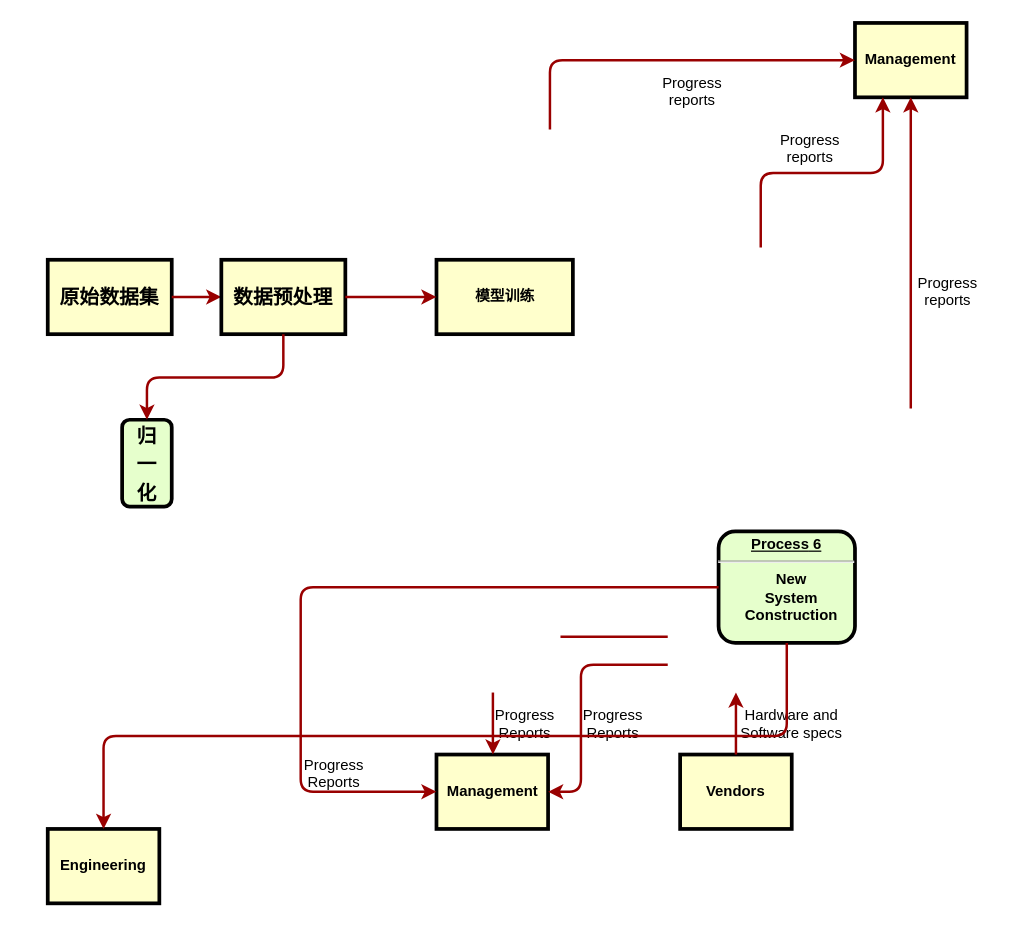
Above: 未命名绘图.drawio in DavidDong004/GDN (draw.io), before the change. Source tidied: cells renumbered, new cells numbered last; positions are measured from the earlier drawing's top-left corner, leaving out a move shared by most shapes. Both pictures are drawn from the tidied source at 124%, with x=0, y=0 at pixel (47, 22).
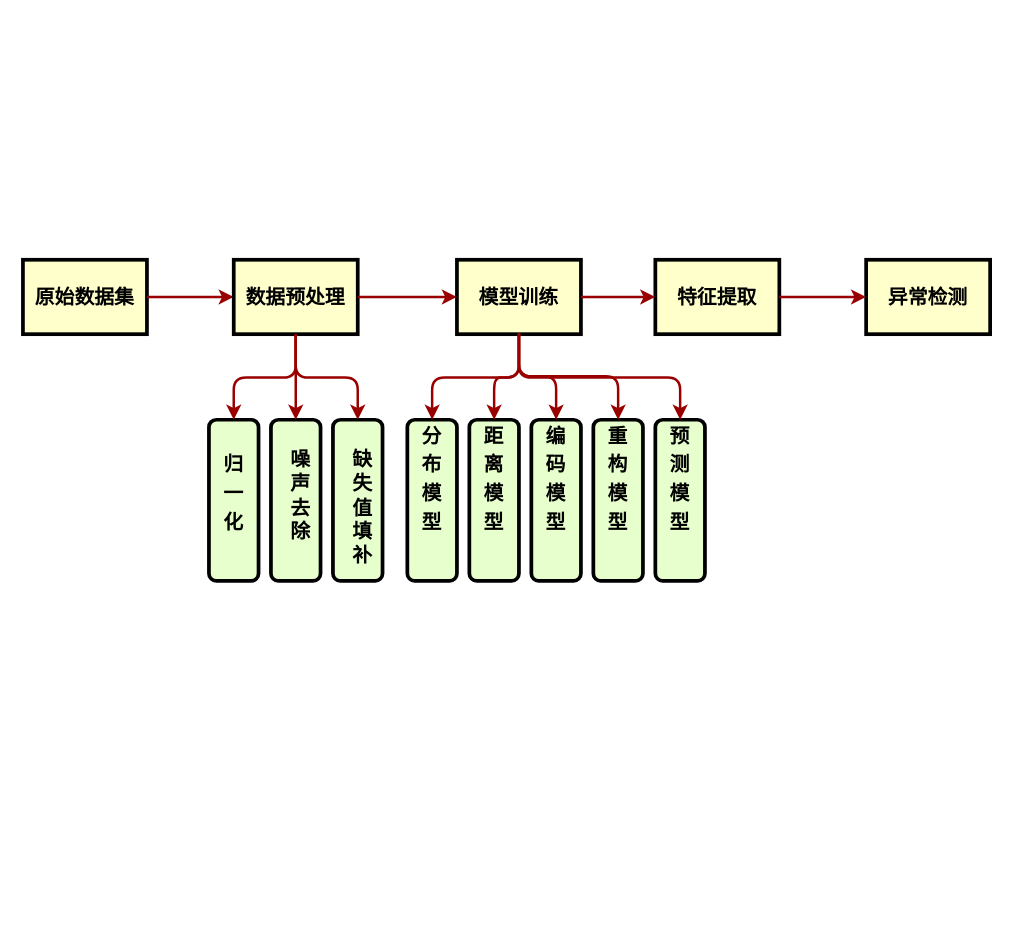
Above is the later version.

Commit message (it also covers changes not shown here):
更新未命名绘图.drawio

Change to the diagram source:
```diff
@@
     <mxCell id="2" value="原始数据集" style="whiteSpace=wrap;align=center;verticalAlign=middle;fontStyle=1;strokeWidth=3;fillColor=#FFFFCC;fontSize=16;" parent="1" vertex="1">
-      <mxGeometry y="191" width="100" height="60" as="geometry" />
+      <mxGeometry x="-20" y="191" width="100" height="60" as="geometry" />
     </mxCell>
-    <mxCell id="3" value="&lt;p style=&quot;margin: 0px; margin-top: 4px; text-align: center; text-decoration: underline;&quot;&gt;&lt;strong&gt;&lt;strong&gt;Process&lt;/strong&gt; 6&lt;br /&gt;&lt;/strong&gt;&lt;/p&gt;&lt;hr /&gt;&lt;p style=&quot;margin: 0px; margin-left: 8px;&quot;&gt;New&lt;/p&gt;&lt;p style=&quot;margin: 0px; margin-left: 8px;&quot;&gt;System&lt;/p&gt;&lt;p style=&quot;margin: 0px; margin-left: 8px;&quot;&gt;Construction&lt;/p&gt;" style="verticalAlign=middle;align=center;overflow=fill;fontSize=12;fontFamily=Helvetica;html=1;rounded=1;fontStyle=1;strokeWidth=3;fillColor=#E6FFCC;" parent="1" vertex="1">
-      <mxGeometry x="541" y="410" width="110" height="90" as="geometry" />
-    </mxCell>
-    <mxCell id="4" value="Management" style="whiteSpace=wrap;align=center;verticalAlign=middle;fontStyle=1;strokeWidth=3;fillColor=#FFFFCC;" parent="1" vertex="1">
-      <mxGeometry x="651" width="90" height="60" as="geometry" />
-    </mxCell>
-    <mxCell id="5" value="Management" style="whiteSpace=wrap;align=center;verticalAlign=middle;fontStyle=1;strokeWidth=3;fillColor=#FFFFCC;" parent="1" vertex="1">
-      <mxGeometry x="313.5" y="590" width="90" height="60" as="geometry" />
-    </mxCell>
-    <mxCell id="6" value="Engineering" style="whiteSpace=wrap;align=center;verticalAlign=middle;fontStyle=1;strokeWidth=3;fillColor=#FFFFCC;" parent="1" vertex="1">
-      <mxGeometry y="650" width="90" height="60" as="geometry" />
-    </mxCell>
-    <mxCell id="7" value="Vendors" style="whiteSpace=wrap;align=center;verticalAlign=middle;fontStyle=1;strokeWidth=3;fillColor=#FFFFCC;" parent="1" vertex="1">
-      <mxGeometry x="510" y="590" width="90" height="60" as="geometry" />
-    </mxCell>
@@
-    <mxCell id="9" style="endArrow=none;noEdgeStyle=1;strokeColor=#990000;strokeWidth=2;" parent="1" edge="1">
-      <mxGeometry relative="1" as="geometry">
-        <mxPoint x="500" y="495" as="sourcePoint" />
-        <mxPoint x="413.5" y="495" as="targetPoint" />
-      </mxGeometry>
-    </mxCell>
-    <mxCell id="10" value="Progress&#10;reports" style="text;spacingTop=-5;align=center;" parent="1" vertex="1">
-      <mxGeometry x="505" y="40" width="30" height="20" as="geometry" />
-    </mxCell>
-    <mxCell id="11" value="Progress&#10;reports" style="text;spacingTop=-5;align=center;" parent="1" vertex="1">
-      <mxGeometry x="600" y="86" width="30" height="20" as="geometry" />
-    </mxCell>
-    <mxCell id="12" value="Progress&#10;reports" style="text;spacingTop=-5;align=center;" parent="1" vertex="1">
-      <mxGeometry x="711" y="201" width="30" height="20" as="geometry" />
-    </mxCell>
-    <mxCell id="13" style="edgeStyle=elbowEdgeStyle;elbow=horizontal;strokeColor=#990000;strokeWidth=2;" parent="1" edge="1" target="4">
-      <mxGeometry relative="1" as="geometry">
-        <mxPoint x="405" y="86" as="sourcePoint" />
-        <Array as="points">
-          <mxPoint x="405" y="80" />
-        </Array>
-      </mxGeometry>
-    </mxCell>
-    <mxCell id="14" style="edgeStyle=elbowEdgeStyle;elbow=vertical;entryX=0.25;entryY=1;strokeColor=#990000;strokeWidth=2;" parent="1" edge="1" target="4">
-      <mxGeometry relative="1" as="geometry">
-        <mxPoint x="575" y="181" as="sourcePoint" />
-      </mxGeometry>
-    </mxCell>
-    <mxCell id="15" style="edgeStyle=elbowEdgeStyle;elbow=horizontal;strokeColor=#990000;strokeWidth=2;" parent="1" edge="1" target="4">
-      <mxGeometry relative="1" as="geometry">
-        <mxPoint x="696" y="311" as="sourcePoint" />
-      </mxGeometry>
-    </mxCell>
-    <mxCell id="16" style="edgeStyle=elbowEdgeStyle;elbow=horizontal;strokeColor=#990000;strokeWidth=2;" parent="1" edge="1" source="7">
-      <mxGeometry relative="1" as="geometry">
-        <mxPoint x="555" y="540" as="targetPoint" />
-      </mxGeometry>
-    </mxCell>
-    <mxCell id="17" value="Hardware and&#10;Software specs" style="text;spacingTop=-5;align=center;" parent="1" vertex="1">
-      <mxGeometry x="585" y="550" width="30" height="20" as="geometry" />
-    </mxCell>
-    <mxCell id="18" style="edgeStyle=elbowEdgeStyle;elbow=horizontal;exitX=0;exitY=0.75;strokeColor=#990000;strokeWidth=2;" parent="1" edge="1" target="5">
-      <mxGeometry relative="1" as="geometry">
-        <mxPoint x="500" y="517.5" as="sourcePoint" />
-        <Array as="points">
-          <mxPoint x="430" y="570" />
-        </Array>
-      </mxGeometry>
-    </mxCell>
-    <mxCell id="19" value="Progress&#10;Reports" style="text;spacingTop=-5;align=center;" parent="1" vertex="1">
-      <mxGeometry x="441" y="550" width="30" height="20" as="geometry" />
-    </mxCell>
-    <mxCell id="20" style="edgeStyle=elbowEdgeStyle;elbow=horizontal;strokeColor=#990000;strokeWidth=2;" parent="1" edge="1" target="5">
-      <mxGeometry relative="1" as="geometry">
-        <mxPoint x="359" y="540" as="sourcePoint" />
-      </mxGeometry>
-    </mxCell>
-    <mxCell id="21" value="Progress&#10;Reports" style="text;spacingTop=-5;align=center;" parent="1" vertex="1">
-      <mxGeometry x="370" y="550" width="30" height="20" as="geometry" />
-    </mxCell>
-    <mxCell id="22" style="edgeStyle=elbowEdgeStyle;elbow=horizontal;strokeColor=#990000;strokeWidth=2;" parent="1" edge="1" source="3" target="5">
-      <mxGeometry relative="1" as="geometry">
-        <Array as="points">
-          <mxPoint x="204" y="570" />
-        </Array>
-      </mxGeometry>
-    </mxCell>
-    <mxCell id="23" value="Progress&#10;Reports" style="text;spacingTop=-5;align=center;" parent="1" vertex="1">
-      <mxGeometry x="216" y="590" width="30" height="20" as="geometry" />
-    </mxCell>
-    <mxCell id="24" style="edgeStyle=elbowEdgeStyle;elbow=vertical;strokeColor=#990000;strokeWidth=2;" parent="1" edge="1" source="3" target="6">
-      <mxGeometry relative="1" as="geometry" />
-    </mxCell>
     <mxCell id="25" value="数据预处理" style="whiteSpace=wrap;align=center;verticalAlign=middle;fontStyle=1;strokeWidth=3;fillColor=#FFFFCC;fontSize=16;" parent="1" vertex="1">
-      <mxGeometry x="140" y="191" width="100" height="60" as="geometry" />
+      <mxGeometry x="150" y="191" width="100" height="60" as="geometry" />
     </mxCell>
-    <mxCell id="26" value="&lt;p style=&quot;margin: 4px 0px 0px; font-size: 16px;&quot;&gt;&lt;font style=&quot;font-size: 16px;&quot;&gt;归&lt;/font&gt;&lt;/p&gt;&lt;p style=&quot;margin: 4px 0px 0px; font-size: 16px;&quot;&gt;&lt;font style=&quot;font-size: 16px;&quot;&gt;一&lt;/font&gt;&lt;/p&gt;&lt;p style=&quot;margin: 4px 0px 0px; font-size: 16px;&quot;&gt;&lt;font style=&quot;font-size: 16px;&quot;&gt;化&lt;/font&gt;&lt;/p&gt;&lt;p style=&quot;margin: 0px 0px 0px 8px; font-size: 16px;&quot;&gt;&lt;br&gt;&lt;/p&gt;" style="verticalAlign=middle;align=center;overflow=fill;fontSize=12;fontFamily=Helvetica;html=1;rounded=1;fontStyle=1;strokeWidth=3;fillColor=#E6FFCC;" parent="1" vertex="1">
-      <mxGeometry x="60" y="320" width="40" height="70" as="geometry" />
+    <mxCell id="26" value="&lt;p style=&quot;margin: 4px 0px 0px; font-size: 16px;&quot;&gt;&lt;font style=&quot;font-size: 16px;&quot;&gt;&lt;br&gt;&lt;/font&gt;&lt;/p&gt;&lt;p style=&quot;margin: 4px 0px 0px; font-size: 16px;&quot;&gt;&lt;font style=&quot;font-size: 16px;&quot;&gt;归&lt;/font&gt;&lt;/p&gt;&lt;p style=&quot;margin: 4px 0px 0px; font-size: 16px;&quot;&gt;&lt;font style=&quot;font-size: 16px;&quot;&gt;一&lt;/font&gt;&lt;/p&gt;&lt;p style=&quot;margin: 4px 0px 0px; font-size: 16px;&quot;&gt;&lt;font style=&quot;font-size: 16px;&quot;&gt;化&lt;/font&gt;&lt;/p&gt;&lt;p style=&quot;margin: 0px 0px 0px 8px; font-size: 16px;&quot;&gt;&lt;br&gt;&lt;/p&gt;" style="verticalAlign=middle;align=center;overflow=fill;fontSize=12;fontFamily=Helvetica;html=1;rounded=1;fontStyle=1;strokeWidth=3;fillColor=#E6FFCC;" parent="1" vertex="1">
+      <mxGeometry x="130" y="320" width="40" height="130" as="geometry" />
     </mxCell>
@@
-    <mxCell id="28" value="模型训练" style="whiteSpace=wrap;align=center;verticalAlign=middle;fontStyle=1;strokeWidth=3;fillColor=#FFFFCC;" parent="1" vertex="1">
-      <mxGeometry x="313.5" y="191" width="110" height="60" as="geometry" />
+    <mxCell id="28" value="模型训练" style="whiteSpace=wrap;align=center;verticalAlign=middle;fontStyle=1;strokeWidth=3;fillColor=#FFFFCC;fontSize=16;" parent="1" vertex="1">
+      <mxGeometry x="330" y="191" width="100" height="60" as="geometry" />
     </mxCell>
@@
+    <mxCell id="30" value="&lt;p style=&quot;margin: 4px 0px 0px; font-size: 16px;&quot;&gt;&lt;font style=&quot;font-size: 16px;&quot;&gt;&lt;br&gt;&lt;/font&gt;&lt;/p&gt;&lt;p style=&quot;margin: 0px 0px 0px 8px; font-size: 16px;&quot;&gt;噪&lt;/p&gt;&lt;p style=&quot;margin: 0px 0px 0px 8px; font-size: 16px;&quot;&gt;声&lt;/p&gt;&lt;p style=&quot;margin: 0px 0px 0px 8px; font-size: 16px;&quot;&gt;去&lt;/p&gt;&lt;p style=&quot;margin: 0px 0px 0px 8px; font-size: 16px;&quot;&gt;除&lt;/p&gt;" style="verticalAlign=middle;align=center;overflow=fill;fontSize=12;fontFamily=Helvetica;html=1;rounded=1;fontStyle=1;strokeWidth=3;fillColor=#E6FFCC;" parent="1" vertex="1">
+      <mxGeometry x="180" y="320" width="40" height="130" as="geometry" />
+    </mxCell>
+    <mxCell id="31" style="edgeStyle=elbowEdgeStyle;elbow=vertical;strokeColor=#990000;strokeWidth=2;exitX=0.5;exitY=1;exitDx=0;exitDy=0;entryX=0.5;entryY=0;entryDx=0;entryDy=0;" parent="1" edge="1" source="25" target="30">
+      <mxGeometry relative="1" as="geometry" />
+    </mxCell>
+    <mxCell id="32" value="&lt;p style=&quot;margin: 4px 0px 0px; font-size: 16px;&quot;&gt;&lt;font style=&quot;font-size: 16px;&quot;&gt;&lt;br&gt;&lt;/font&gt;&lt;/p&gt;&lt;p style=&quot;margin: 0px 0px 0px 8px; font-size: 16px;&quot;&gt;缺&lt;/p&gt;&lt;p style=&quot;margin: 0px 0px 0px 8px; font-size: 16px;&quot;&gt;失&lt;/p&gt;&lt;p style=&quot;margin: 0px 0px 0px 8px; font-size: 16px;&quot;&gt;值&lt;/p&gt;&lt;p style=&quot;margin: 0px 0px 0px 8px; font-size: 16px;&quot;&gt;填&lt;/p&gt;&lt;p style=&quot;margin: 0px 0px 0px 8px; font-size: 16px;&quot;&gt;补&lt;/p&gt;" style="verticalAlign=middle;align=center;overflow=fill;fontSize=12;fontFamily=Helvetica;html=1;rounded=1;fontStyle=1;strokeWidth=3;fillColor=#E6FFCC;" parent="1" vertex="1">
+      <mxGeometry x="230" y="320" width="40" height="130" as="geometry" />
+    </mxCell>
+    <mxCell id="33" style="edgeStyle=elbowEdgeStyle;elbow=vertical;strokeColor=#990000;strokeWidth=2;exitX=0.5;exitY=1;exitDx=0;exitDy=0;entryX=0.5;entryY=0;entryDx=0;entryDy=0;" parent="1" edge="1" source="25" target="32">
+      <mxGeometry relative="1" as="geometry" />
+    </mxCell>
+    <mxCell id="34" value="特征提取" style="whiteSpace=wrap;align=center;verticalAlign=middle;fontStyle=1;strokeWidth=3;fillColor=#FFFFCC;fontSize=16;" parent="1" vertex="1">
+      <mxGeometry x="490" y="191" width="100" height="60" as="geometry" />
+    </mxCell>
+    <mxCell id="35" value="异常检测" style="whiteSpace=wrap;align=center;verticalAlign=middle;fontStyle=1;strokeWidth=3;fillColor=#FFFFCC;fontSize=16;" parent="1" vertex="1">
+      <mxGeometry x="660" y="191" width="100" height="60" as="geometry" />
+    </mxCell>
+    <mxCell id="36" value="&lt;p style=&quot;margin: 4px 0px 0px; font-size: 16px;&quot;&gt;分&lt;/p&gt;&lt;p style=&quot;margin: 4px 0px 0px; font-size: 16px;&quot;&gt;布&lt;/p&gt;&lt;p style=&quot;margin: 4px 0px 0px; font-size: 16px;&quot;&gt;模&lt;/p&gt;&lt;p style=&quot;margin: 4px 0px 0px; font-size: 16px;&quot;&gt;型&lt;/p&gt;&lt;p style=&quot;margin: 0px 0px 0px 8px; font-size: 16px;&quot;&gt;&lt;br&gt;&lt;/p&gt;" style="verticalAlign=middle;align=center;overflow=fill;fontSize=12;fontFamily=Helvetica;html=1;rounded=1;fontStyle=1;strokeWidth=3;fillColor=#E6FFCC;" parent="1" vertex="1">
+      <mxGeometry x="290" y="320" width="40" height="130" as="geometry" />
+    </mxCell>
+    <mxCell id="37" value="&lt;p style=&quot;margin: 4px 0px 0px; font-size: 16px;&quot;&gt;&lt;span style=&quot;background-color: initial;&quot;&gt;距&lt;/span&gt;&lt;/p&gt;&lt;p style=&quot;margin: 4px 0px 0px; font-size: 16px;&quot;&gt;&lt;span style=&quot;background-color: initial;&quot;&gt;离&lt;/span&gt;&lt;/p&gt;&lt;p style=&quot;margin: 4px 0px 0px; font-size: 16px;&quot;&gt;&lt;span style=&quot;background-color: initial;&quot;&gt;模&lt;/span&gt;&lt;/p&gt;&lt;p style=&quot;margin: 4px 0px 0px; font-size: 16px;&quot;&gt;型&lt;/p&gt;&lt;p style=&quot;margin: 0px 0px 0px 8px; font-size: 16px;&quot;&gt;&lt;br&gt;&lt;/p&gt;" style="verticalAlign=middle;align=center;overflow=fill;fontSize=12;fontFamily=Helvetica;html=1;rounded=1;fontStyle=1;strokeWidth=3;fillColor=#E6FFCC;" parent="1" vertex="1">
+      <mxGeometry x="340" y="320" width="40" height="130" as="geometry" />
+    </mxCell>
+    <mxCell id="38" value="&lt;p style=&quot;margin: 4px 0px 0px; font-size: 16px;&quot;&gt;编&lt;/p&gt;&lt;p style=&quot;margin: 4px 0px 0px; font-size: 16px;&quot;&gt;码&lt;/p&gt;&lt;p style=&quot;margin: 4px 0px 0px; font-size: 16px;&quot;&gt;&lt;span style=&quot;background-color: initial;&quot;&gt;模&lt;/span&gt;&lt;/p&gt;&lt;p style=&quot;margin: 4px 0px 0px; font-size: 16px;&quot;&gt;型&lt;/p&gt;&lt;p style=&quot;margin: 0px 0px 0px 8px; font-size: 16px;&quot;&gt;&lt;br&gt;&lt;/p&gt;" style="verticalAlign=middle;align=center;overflow=fill;fontSize=12;fontFamily=Helvetica;html=1;rounded=1;fontStyle=1;strokeWidth=3;fillColor=#E6FFCC;" parent="1" vertex="1">
+      <mxGeometry x="390" y="320" width="40" height="130" as="geometry" />
+    </mxCell>
+    <mxCell id="39" value="&lt;p style=&quot;margin: 4px 0px 0px; font-size: 16px;&quot;&gt;重&lt;/p&gt;&lt;p style=&quot;margin: 4px 0px 0px; font-size: 16px;&quot;&gt;构&lt;/p&gt;&lt;p style=&quot;margin: 4px 0px 0px; font-size: 16px;&quot;&gt;&lt;span style=&quot;background-color: initial;&quot;&gt;模&lt;/span&gt;&lt;/p&gt;&lt;p style=&quot;margin: 4px 0px 0px; font-size: 16px;&quot;&gt;型&lt;/p&gt;&lt;p style=&quot;margin: 0px 0px 0px 8px; font-size: 16px;&quot;&gt;&lt;br&gt;&lt;/p&gt;" style="verticalAlign=middle;align=center;overflow=fill;fontSize=12;fontFamily=Helvetica;html=1;rounded=1;fontStyle=1;strokeWidth=3;fillColor=#E6FFCC;" parent="1" vertex="1">
+      <mxGeometry x="440" y="320" width="40" height="130" as="geometry" />
+    </mxCell>
+    <mxCell id="40" value="&lt;p style=&quot;margin: 4px 0px 0px; font-size: 16px;&quot;&gt;预&lt;/p&gt;&lt;p style=&quot;margin: 4px 0px 0px; font-size: 16px;&quot;&gt;测&lt;/p&gt;&lt;p style=&quot;margin: 4px 0px 0px; font-size: 16px;&quot;&gt;&lt;span style=&quot;background-color: initial;&quot;&gt;模&lt;/span&gt;&lt;/p&gt;&lt;p style=&quot;margin: 4px 0px 0px; font-size: 16px;&quot;&gt;型&lt;/p&gt;&lt;p style=&quot;margin: 0px 0px 0px 8px; font-size: 16px;&quot;&gt;&lt;br&gt;&lt;/p&gt;" style="verticalAlign=middle;align=center;overflow=fill;fontSize=12;fontFamily=Helvetica;html=1;rounded=1;fontStyle=1;strokeWidth=3;fillColor=#E6FFCC;" parent="1" vertex="1">
+      <mxGeometry x="490" y="320" width="40" height="130" as="geometry" />
+    </mxCell>
+    <mxCell id="41" style="edgeStyle=elbowEdgeStyle;elbow=vertical;strokeColor=#990000;strokeWidth=2;exitX=0.5;exitY=1;exitDx=0;exitDy=0;entryX=0.5;entryY=0;entryDx=0;entryDy=0;" parent="1" edge="1" source="28" target="36">
+      <mxGeometry relative="1" as="geometry" />
+    </mxCell>
+    <mxCell id="42" style="edgeStyle=elbowEdgeStyle;elbow=vertical;strokeColor=#990000;strokeWidth=2;exitX=0.5;exitY=1;exitDx=0;exitDy=0;entryX=0.5;entryY=0;entryDx=0;entryDy=0;" parent="1" edge="1" source="28" target="37">
+      <mxGeometry relative="1" as="geometry" />
+    </mxCell>
+    <mxCell id="43" style="edgeStyle=elbowEdgeStyle;elbow=vertical;strokeColor=#990000;strokeWidth=2;entryX=0.5;entryY=0;entryDx=0;entryDy=0;" parent="1" edge="1" target="38">
+      <mxGeometry relative="1" as="geometry">
+        <mxPoint x="380" y="250" as="sourcePoint" />
+      </mxGeometry>
+    </mxCell>
+    <mxCell id="44" style="edgeStyle=elbowEdgeStyle;elbow=vertical;strokeColor=#990000;strokeWidth=2;entryX=0.5;entryY=0;entryDx=0;entryDy=0;" parent="1" edge="1" target="39">
+      <mxGeometry relative="1" as="geometry">
+        <mxPoint x="380" y="250" as="sourcePoint" />
+      </mxGeometry>
+    </mxCell>
+    <mxCell id="45" style="edgeStyle=elbowEdgeStyle;elbow=vertical;strokeColor=#990000;strokeWidth=2;entryX=0.5;entryY=0;entryDx=0;entryDy=0;exitX=0.5;exitY=1;exitDx=0;exitDy=0;" parent="1" edge="1" source="28" target="40">
+      <mxGeometry relative="1" as="geometry" />
+    </mxCell>
+    <mxCell id="46" style="edgeStyle=elbowEdgeStyle;elbow=horizontal;strokeColor=#990000;strokeWidth=2;exitX=1;exitY=0.5;exitDx=0;exitDy=0;entryX=0;entryY=0.5;entryDx=0;entryDy=0;" parent="1" edge="1" source="28" target="34">
+      <mxGeometry relative="1" as="geometry" />
+    </mxCell>
+    <mxCell id="47" style="edgeStyle=elbowEdgeStyle;elbow=horizontal;strokeColor=#990000;strokeWidth=2;exitX=1;exitY=0.5;exitDx=0;exitDy=0;entryX=0;entryY=0.5;entryDx=0;entryDy=0;" parent="1" edge="1" source="34" target="35">
+      <mxGeometry relative="1" as="geometry" />
+    </mxCell>
```
